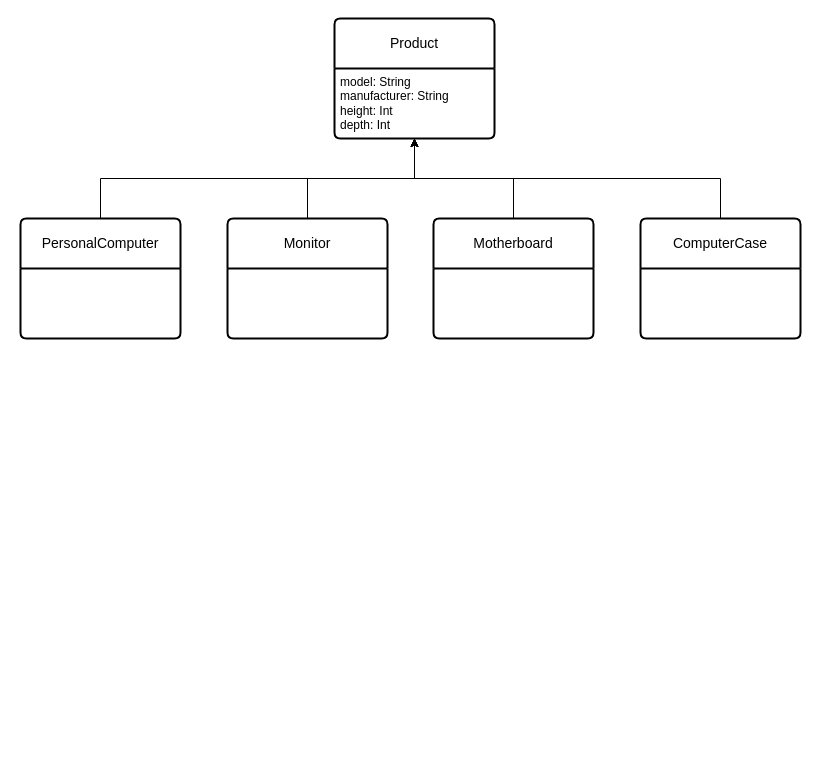
Earlier version of the draw.io diagram Inheritance example.drawio (thuong-vu/week3). Source tidied: cells renumbered, new cells numbered last; positions are measured from the earlier drawing's top-left corner, leaving out a move shared by most shapes. Both pictures are drawn from the tidied source at 100%, with x=0, y=0 at pixel (20, 18).
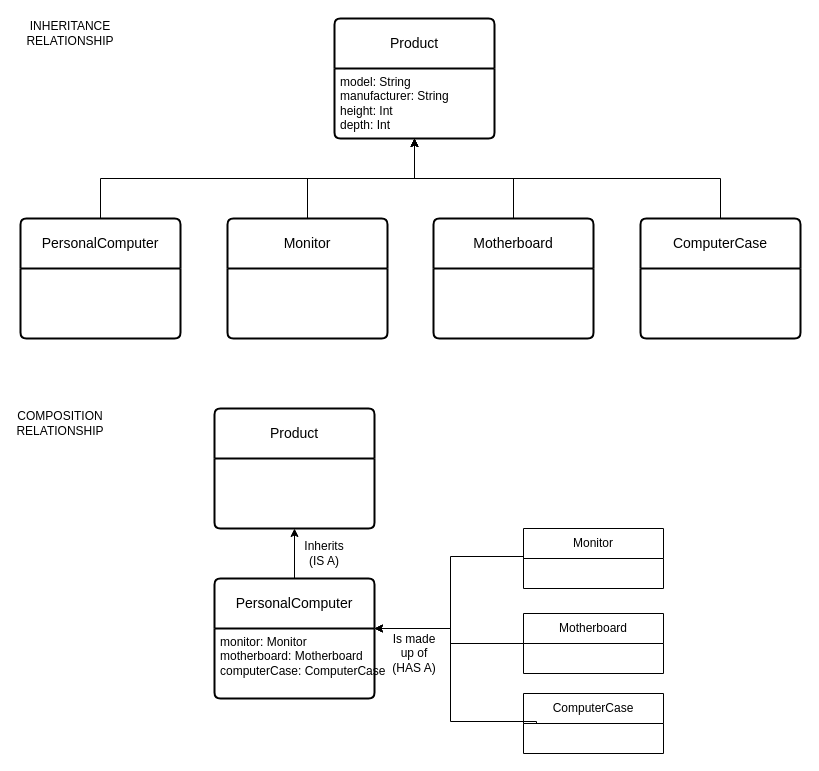
After the change.

The edit, as a diff of the source:
```diff
@@
+    <mxCell id="12" value="INHERITANCE RELATIONSHIP" style="text;html=1;strokeColor=none;fillColor=none;align=center;verticalAlign=middle;whiteSpace=wrap;rounded=0;" parent="1" vertex="1">
+      <mxGeometry x="20" width="60" height="30" as="geometry" />
+    </mxCell>
+    <mxCell id="13" value="COMPOSITION RELATIONSHIP" style="text;html=1;strokeColor=none;fillColor=none;align=center;verticalAlign=middle;whiteSpace=wrap;rounded=0;" parent="1" vertex="1">
+      <mxGeometry x="10" y="390" width="60" height="30" as="geometry" />
+    </mxCell>
+    <mxCell id="14" value="Product" style="swimlane;horizontal=1;startSize=50;rounded=1;fontSize=14;fontStyle=0;strokeWidth=2;shadow=0;dashed=0;align=center;arcSize=4;whiteSpace=wrap;html=1;" parent="1" vertex="1">
+      <mxGeometry x="194" y="390" width="160" height="120" as="geometry" />
+    </mxCell>
+    <mxCell id="15" style="edgeStyle=orthogonalEdgeStyle;rounded=0;jettySize=auto;html=1;exitX=0.5;exitY=0;exitDx=0;exitDy=0;entryX=0.5;entryY=1;entryDx=0;entryDy=0;" parent="1" edge="1" source="16" target="14">
+      <mxGeometry relative="1" as="geometry" />
+    </mxCell>
+    <mxCell id="16" value="PersonalComputer" style="swimlane;horizontal=1;startSize=50;rounded=1;fontSize=14;fontStyle=0;strokeWidth=2;shadow=0;dashed=0;align=center;arcSize=4;whiteSpace=wrap;html=1;" parent="1" vertex="1">
+      <mxGeometry x="194" y="560" width="160" height="120" as="geometry" />
+    </mxCell>
+    <mxCell id="17" value="monitor: Monitor&lt;br&gt;motherboard: Motherboard&lt;br&gt;computerCase: ComputerCase" style="align=left;strokeColor=none;fillColor=none;spacingLeft=4;fontSize=12;verticalAlign=top;html=1;" parent="16" vertex="1">
+      <mxGeometry y="50" width="160" height="70" as="geometry" />
+    </mxCell>
+    <mxCell id="18" value="Inherits (IS A)" style="text;html=1;strokeColor=none;fillColor=none;align=center;verticalAlign=middle;whiteSpace=wrap;rounded=0;" parent="1" vertex="1">
+      <mxGeometry x="274" y="519.5" width="60" height="30" as="geometry" />
+    </mxCell>
+    <mxCell id="19" style="group;" parent="1" vertex="1">
+      <mxGeometry x="454" y="507.5" width="140" height="225" as="geometry" />
+    </mxCell>
+    <mxCell id="20" style="group;" parent="19" vertex="1">
+      <mxGeometry x="49" y="2.5" width="140" height="225" as="geometry" />
+    </mxCell>
+    <mxCell id="21" value="Monitor" style="swimlane;fontStyle=0;horizontal=1;startSize=30;whiteSpace=wrap;html=1;" parent="20" vertex="1">
+      <mxGeometry width="140" height="60" as="geometry" />
+    </mxCell>
+    <mxCell id="22" value="Motherboard" style="swimlane;fontStyle=0;horizontal=1;startSize=30;whiteSpace=wrap;html=1;" parent="20" vertex="1">
+      <mxGeometry y="85" width="140" height="60" as="geometry" />
+    </mxCell>
+    <mxCell id="23" value="ComputerCase" style="swimlane;fontStyle=0;horizontal=1;startSize=30;whiteSpace=wrap;html=1;" parent="20" vertex="1">
+      <mxGeometry y="165" width="140" height="60" as="geometry" />
+    </mxCell>
+    <mxCell id="24" style="edgeStyle=orthogonalEdgeStyle;rounded=0;jettySize=auto;html=1;exitX=0;exitY=0.5;exitDx=0;exitDy=0;entryX=1;entryY=0;entryDx=0;entryDy=0;" parent="1" edge="1" source="21" target="17">
+      <mxGeometry relative="1" as="geometry">
+        <Array as="points">
+          <mxPoint x="503" y="538" />
+          <mxPoint x="430" y="538" />
+          <mxPoint x="430" y="610" />
+        </Array>
+      </mxGeometry>
+    </mxCell>
+    <mxCell id="25" style="edgeStyle=orthogonalEdgeStyle;rounded=0;jettySize=auto;html=1;exitX=0;exitY=0.5;exitDx=0;exitDy=0;entryX=1;entryY=0;entryDx=0;entryDy=0;" parent="1" edge="1" source="22" target="17">
+      <mxGeometry relative="1" as="geometry">
+        <Array as="points">
+          <mxPoint x="430" y="625" />
+          <mxPoint x="430" y="610" />
+        </Array>
+      </mxGeometry>
+    </mxCell>
+    <mxCell id="26" style="edgeStyle=orthogonalEdgeStyle;rounded=0;jettySize=auto;html=1;exitX=0;exitY=0.5;exitDx=0;exitDy=0;entryX=1;entryY=0;entryDx=0;entryDy=0;" parent="1" edge="1" target="17">
+      <mxGeometry relative="1" as="geometry">
+        <mxPoint x="516" y="705" as="sourcePoint" />
+        <Array as="points">
+          <mxPoint x="516" y="703" />
+          <mxPoint x="430" y="703" />
+          <mxPoint x="430" y="610" />
+        </Array>
+      </mxGeometry>
+    </mxCell>
+    <mxCell id="27" value="Is made up of (HAS A)" style="text;html=1;strokeColor=none;fillColor=none;align=center;verticalAlign=middle;whiteSpace=wrap;rounded=0;" parent="1" vertex="1">
+      <mxGeometry x="364" y="620" width="60" height="30" as="geometry" />
+    </mxCell>
```
